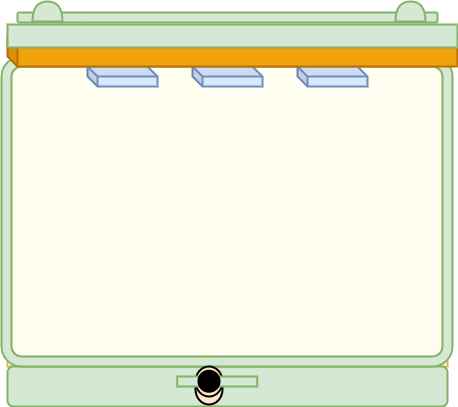
Earlier version of the draw.io export experiment/simulation/images/agel-making-case.png (virtual-labs/exp-dna-agarose-gel-electrophoresis-iitkgp). Source tidied: cells renumbered, new cells last; positions are measured from the earlier drawing's top-left corner, leaving out a move shared by most shapes.
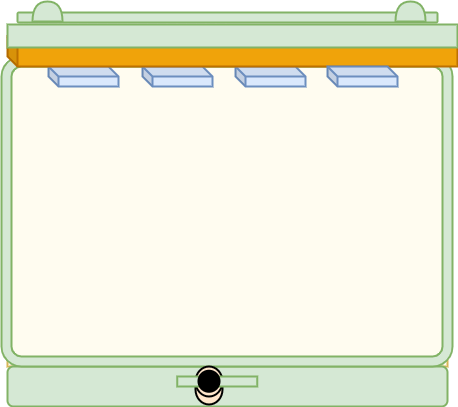
Above is the later version.

The edit, as a diff of the source:
```diff
@@ -27,13 +27,13 @@
       <mxGeometry y="60" width="451" height="310" as="geometry" />
     </mxCell>
     <mxCell id="10" style="shape=cube;whiteSpace=wrap;html=1;boundedLbl=1;backgroundOutline=1;darkOpacity=0.05;darkOpacity2=0.1;strokeWidth=2;size=10;fillColor=#dae8fc;strokeColor=#6c8ebf;" parent="1" vertex="1">
-      <mxGeometry x="86" y="70" width="70" height="20" as="geometry" />
+      <mxGeometry x="47" y="70" width="70" height="20" as="geometry" />
     </mxCell>
     <mxCell id="11" style="shape=cube;whiteSpace=wrap;html=1;boundedLbl=1;backgroundOutline=1;darkOpacity=0.05;darkOpacity2=0.1;strokeWidth=2;size=10;fillColor=#dae8fc;strokeColor=#6c8ebf;" parent="1" vertex="1">
-      <mxGeometry x="191" y="70" width="70" height="20" as="geometry" />
+      <mxGeometry x="141" y="70" width="70" height="20" as="geometry" />
     </mxCell>
     <mxCell id="12" style="shape=cube;whiteSpace=wrap;html=1;boundedLbl=1;backgroundOutline=1;darkOpacity=0.05;darkOpacity2=0.1;strokeWidth=2;size=10;fillColor=#dae8fc;strokeColor=#6c8ebf;" parent="1" vertex="1">
-      <mxGeometry x="296" y="70" width="70" height="20" as="geometry" />
+      <mxGeometry x="234" y="70" width="70" height="20" as="geometry" />
     </mxCell>
     <mxCell id="13" style="shape=cube;whiteSpace=wrap;html=1;boundedLbl=1;backgroundOutline=1;darkOpacity=0.05;darkOpacity2=0.1;strokeWidth=2;shadow=0;size=10;fillColor=#f0a30a;fontColor=#000000;strokeColor=#BD7000;" parent="1" vertex="1">
       <mxGeometry x="6" y="40" width="450" height="30" as="geometry" />
@@ -50,5 +50,8 @@
     <mxCell id="17" style="ellipse;whiteSpace=wrap;html=1;shadow=0;strokeWidth=2;fillColor=#000000;" parent="1" vertex="1">
       <mxGeometry x="197" y="374.2" width="21" height="21" as="geometry" />
     </mxCell>
+    <mxCell id="18" style="shape=cube;whiteSpace=wrap;html=1;boundedLbl=1;backgroundOutline=1;darkOpacity=0.05;darkOpacity2=0.1;strokeWidth=2;size=10;fillColor=#dae8fc;strokeColor=#6c8ebf;" parent="1" vertex="1">
+      <mxGeometry x="326" y="70" width="70" height="20" as="geometry" />
+    </mxCell>
   </root>
 </mxGraphModel>
```
